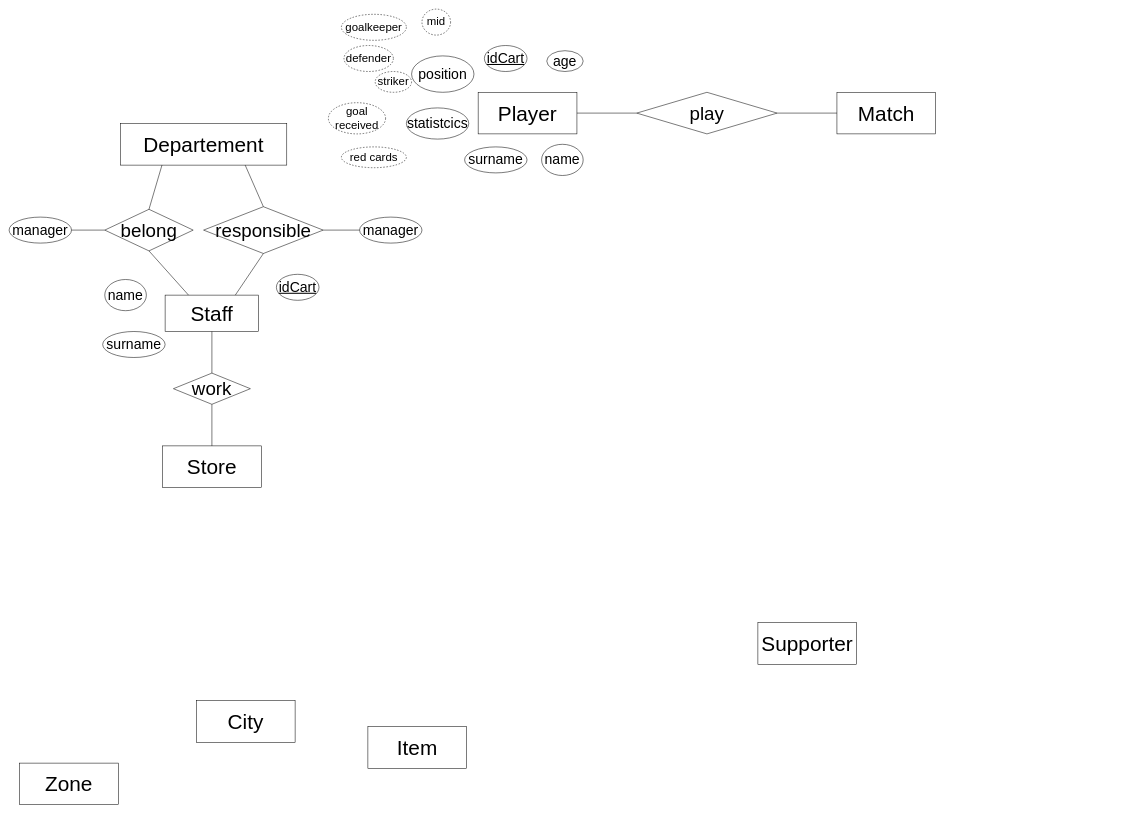
The draw.io diagram diagrams/ERD to relational model.drawio in ad-discit/Awale-v2, before the edit. Source tidied: cells renumbered, new cells numbered last; positions are measured from the earlier drawing's top-left corner, leaving out a move shared by most shapes. Both pictures are drawn from the tidied source at 52%, with x=0, y=0 at pixel (9, 9).
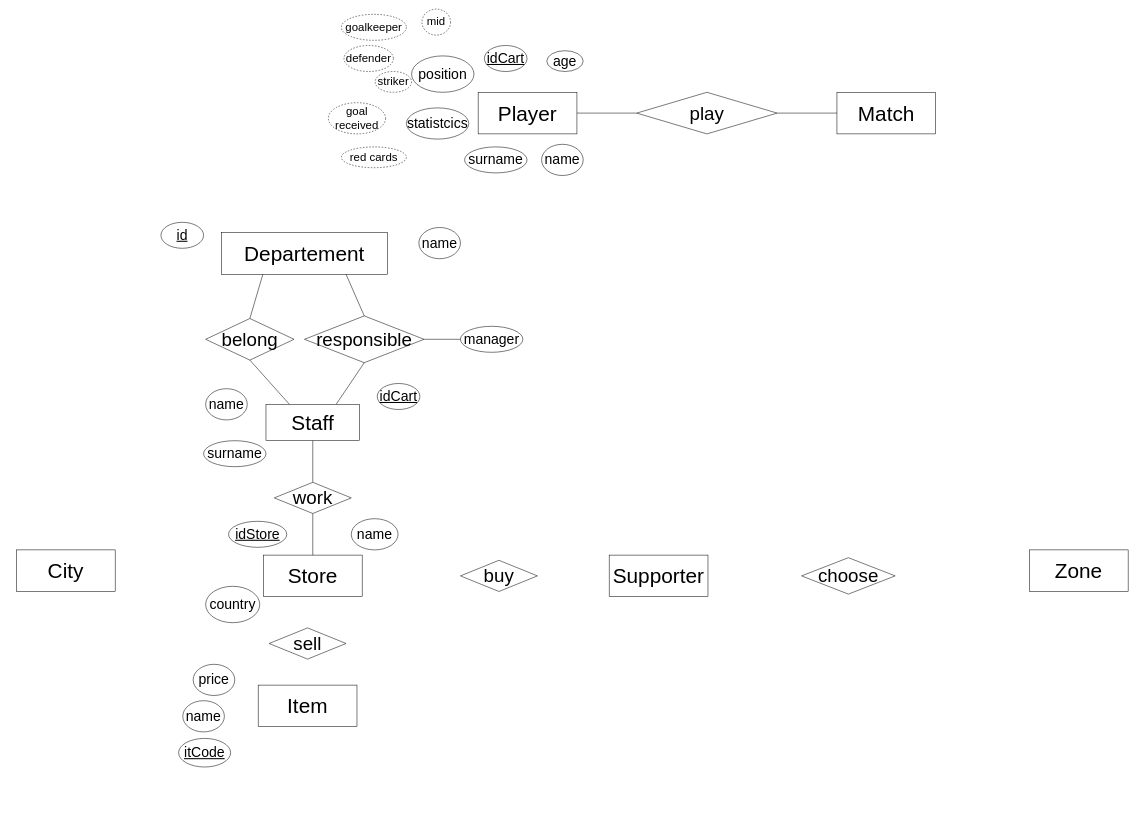
After the change.

Commit message (it also covers changes not shown here):
Mettre à jour ERD to relational model.drawio

What changed in the source:
```diff
@@
     <mxCell id="3" value="&lt;font style=&quot;font-size: 40px;&quot;&gt;Staff&lt;/font&gt;" style="rounded=0;whiteSpace=wrap;html=1;" parent="1" vertex="1">
-      <mxGeometry x="300" y="550" width="180" height="70" as="geometry" />
+      <mxGeometry x="494" y="760" width="180" height="70" as="geometry" />
     </mxCell>
     <mxCell id="4" value="&lt;font style=&quot;font-size: 40px;&quot;&gt;Departement&lt;/font&gt;" style="rounded=0;whiteSpace=wrap;html=1;" parent="1" vertex="1">
-      <mxGeometry x="214" y="220" width="320" height="80" as="geometry" />
+      <mxGeometry x="408" y="430" width="320" height="80" as="geometry" />
     </mxCell>
     <mxCell id="5" value="&lt;font style=&quot;font-size: 40px;&quot;&gt;Store&lt;/font&gt;" style="rounded=0;whiteSpace=wrap;html=1;" parent="1" vertex="1">
-      <mxGeometry x="295" y="840" width="190" height="80" as="geometry" />
+      <mxGeometry x="489" y="1050" width="190" height="80" as="geometry" />
     </mxCell>
     <mxCell id="6" value="&lt;font style=&quot;font-size: 40px;&quot;&gt;Item&lt;/font&gt;" style="rounded=0;whiteSpace=wrap;html=1;" parent="1" vertex="1">
-      <mxGeometry x="690" y="1380" width="190" height="80" as="geometry" />
+      <mxGeometry x="479" y="1300" width="190" height="80" as="geometry" />
     </mxCell>
     <mxCell id="7" value="&lt;font style=&quot;font-size: 40px;&quot;&gt;Supporter&lt;/font&gt;" style="rounded=0;whiteSpace=wrap;html=1;" parent="1" vertex="1">
-      <mxGeometry x="1440" y="1180" width="190" height="80" as="geometry" />
+      <mxGeometry x="1154" y="1050" width="190" height="80" as="geometry" />
     </mxCell>
@@
     <mxCell id="9" value="&lt;font style=&quot;font-size: 40px;&quot;&gt;Zone&lt;/font&gt;" style="rounded=0;whiteSpace=wrap;html=1;" parent="1" vertex="1">
-      <mxGeometry x="20" y="1450" width="190" height="80" as="geometry" />
+      <mxGeometry x="1962" y="1040" width="190" height="80" as="geometry" />
     </mxCell>
     <mxCell id="10" value="&lt;font style=&quot;font-size: 36px;&quot;&gt;belong&lt;/font&gt;" style="rhombus;whiteSpace=wrap;html=1;" parent="1" vertex="1">
-      <mxGeometry x="184" y="385" width="170" height="80" as="geometry" />
+      <mxGeometry x="378" y="595" width="170" height="80" as="geometry" />
     </mxCell>
     <mxCell id="11" value="&lt;font style=&quot;font-size: 40px;&quot;&gt;City&lt;/font&gt;" style="rounded=0;whiteSpace=wrap;html=1;" parent="1" vertex="1">
-      <mxGeometry x="360" y="1330" width="190" height="80" as="geometry" />
+      <mxGeometry x="14" y="1040" width="190" height="80" as="geometry" />
     </mxCell>
@@
     <mxCell id="27" value="&lt;font style=&quot;font-size: 36px;&quot;&gt;work&lt;/font&gt;" style="rhombus;whiteSpace=wrap;html=1;" parent="1" vertex="1">
-      <mxGeometry x="316" y="700" width="148" height="60" as="geometry" />
+      <mxGeometry x="510" y="910" width="148" height="60" as="geometry" />
     </mxCell>
     <mxCell id="28" value="&lt;font style=&quot;font-size: 36px;&quot;&gt;responsible&lt;/font&gt;" style="rhombus;whiteSpace=wrap;html=1;" parent="1" vertex="1">
-      <mxGeometry x="374" y="380" width="230" height="90" as="geometry" />
+      <mxGeometry x="568" y="590" width="230" height="90" as="geometry" />
     </mxCell>
@@
     <mxCell id="35" value="&lt;span style=&quot;font-size: 27px;&quot;&gt;manager&lt;/span&gt;" style="ellipse;whiteSpace=wrap;html=1;" parent="1" vertex="1">
-      <mxGeometry x="674" y="400" width="120" height="50" as="geometry" />
+      <mxGeometry x="868" y="610" width="120" height="50" as="geometry" />
     </mxCell>
@@
     <mxCell id="37" value="&lt;font style=&quot;font-size: 27px;&quot;&gt;&lt;u&gt;idCart&lt;/u&gt;&lt;/font&gt;" style="ellipse;whiteSpace=wrap;html=1;" parent="1" vertex="1">
-      <mxGeometry x="514" y="510" width="82" height="50" as="geometry" />
+      <mxGeometry x="708" y="720" width="82" height="50" as="geometry" />
     </mxCell>
     <mxCell id="38" value="&lt;span style=&quot;font-size: 27px;&quot;&gt;name&lt;/span&gt;" style="ellipse;whiteSpace=wrap;html=1;" parent="1" vertex="1">
-      <mxGeometry x="184" y="520" width="80" height="60" as="geometry" />
+      <mxGeometry x="378" y="730" width="80" height="60" as="geometry" />
     </mxCell>
     <mxCell id="39" value="&lt;span style=&quot;font-size: 27px;&quot;&gt;surname&lt;/span&gt;" style="ellipse;whiteSpace=wrap;html=1;" parent="1" vertex="1">
-      <mxGeometry x="180" y="620" width="120" height="50" as="geometry" />
+      <mxGeometry x="374" y="830" width="120" height="50" as="geometry" />
     </mxCell>
-    <mxCell id="40" value="&lt;span style=&quot;font-size: 27px;&quot;&gt;manager&lt;/span&gt;" style="ellipse;whiteSpace=wrap;html=1;" parent="1" vertex="1">
-      <mxGeometry y="400" width="120" height="50" as="geometry" />
-    </mxCell>
-    <mxCell id="41" style="endArrow=none;html=1;rounded=0;exitX=1;exitY=0.5;exitDx=0;exitDy=0;entryX=0;entryY=0.5;entryDx=0;entryDy=0;" parent="1" edge="1" source="40" target="10">
-      <mxGeometry relative="1" as="geometry" />
-    </mxCell>
+    <mxCell id="42" value="&lt;font style=&quot;font-size: 27px;&quot;&gt;&lt;u&gt;id&lt;/u&gt;&lt;/font&gt;" style="ellipse;whiteSpace=wrap;html=1;" parent="1" vertex="1">
+      <mxGeometry x="292" y="410" width="82" height="50" as="geometry" />
+    </mxCell>
+    <mxCell id="43" value="&lt;span style=&quot;font-size: 27px;&quot;&gt;name&lt;/span&gt;" style="ellipse;whiteSpace=wrap;html=1;" parent="1" vertex="1">
+      <mxGeometry x="788" y="420" width="80" height="60" as="geometry" />
+    </mxCell>
+    <mxCell id="44" value="&lt;font style=&quot;font-size: 27px;&quot;&gt;&lt;u&gt;idStore&lt;/u&gt;&lt;/font&gt;" style="ellipse;whiteSpace=wrap;html=1;" parent="1" vertex="1">
+      <mxGeometry x="422" y="985" width="112" height="50" as="geometry" />
+    </mxCell>
+    <mxCell id="45" value="&lt;span style=&quot;font-size: 27px;&quot;&gt;name&lt;/span&gt;" style="ellipse;whiteSpace=wrap;html=1;" parent="1" vertex="1">
+      <mxGeometry x="658" y="980" width="90" height="60" as="geometry" />
+    </mxCell>
+    <mxCell id="46" value="&lt;span style=&quot;font-size: 27px;&quot;&gt;country&lt;/span&gt;" style="ellipse;whiteSpace=wrap;html=1;" parent="1" vertex="1">
+      <mxGeometry x="378" y="1110" width="104" height="70" as="geometry" />
+    </mxCell>
+    <mxCell id="47" value="&lt;font style=&quot;font-size: 36px;&quot;&gt;sell&lt;/font&gt;" style="rhombus;whiteSpace=wrap;html=1;" parent="1" vertex="1">
+      <mxGeometry x="500" y="1190" width="148" height="60" as="geometry" />
+    </mxCell>
+    <mxCell id="48" value="&lt;span style=&quot;font-size: 27px;&quot;&gt;&lt;u&gt;itCode&lt;/u&gt;&lt;/span&gt;" style="ellipse;whiteSpace=wrap;html=1;" parent="1" vertex="1">
+      <mxGeometry x="326" y="1402.5" width="100" height="55" as="geometry" />
+    </mxCell>
+    <mxCell id="49" value="&lt;span style=&quot;font-size: 27px;&quot;&gt;name&lt;/span&gt;" style="ellipse;whiteSpace=wrap;html=1;" parent="1" vertex="1">
+      <mxGeometry x="334" y="1330" width="80" height="60" as="geometry" />
+    </mxCell>
+    <mxCell id="50" value="&lt;span style=&quot;font-size: 27px;&quot;&gt;price&lt;/span&gt;" style="ellipse;whiteSpace=wrap;html=1;" parent="1" vertex="1">
+      <mxGeometry x="354" y="1260" width="80" height="60" as="geometry" />
+    </mxCell>
+    <mxCell id="51" value="&lt;font style=&quot;font-size: 36px;&quot;&gt;buy&lt;/font&gt;" style="rhombus;whiteSpace=wrap;html=1;" parent="1" vertex="1">
+      <mxGeometry x="868" y="1060" width="148" height="60" as="geometry" />
+    </mxCell>
+    <mxCell id="52" value="&lt;font style=&quot;font-size: 36px;&quot;&gt;choose&lt;/font&gt;" style="rhombus;whiteSpace=wrap;html=1;" parent="1" vertex="1">
+      <mxGeometry x="1524" y="1055" width="180" height="70" as="geometry" />
+    </mxCell>
```
